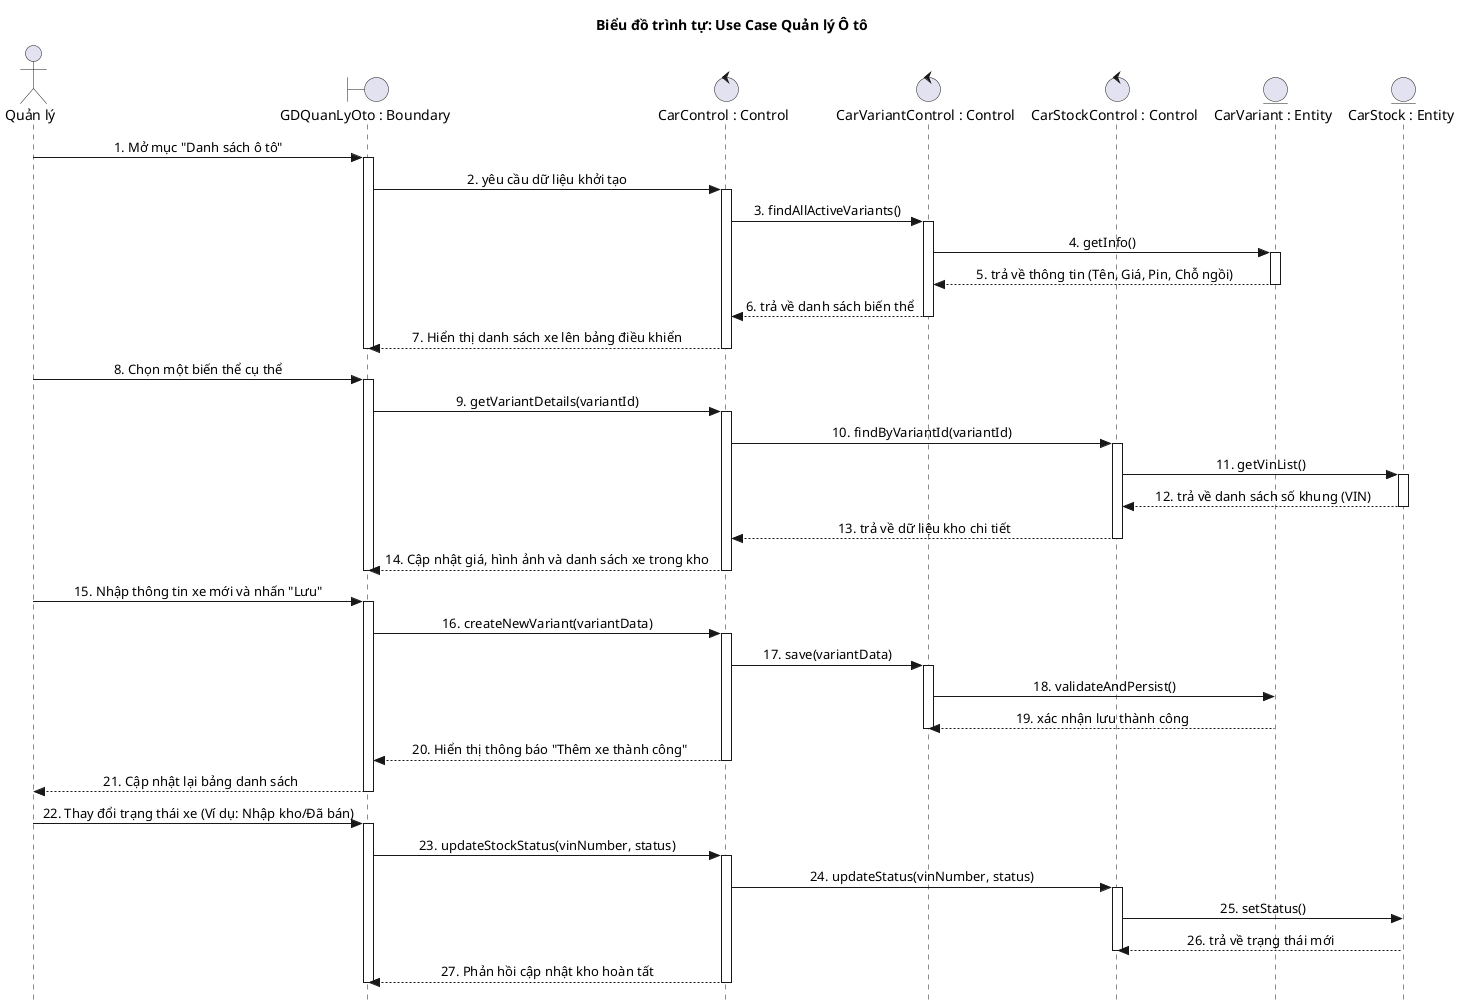
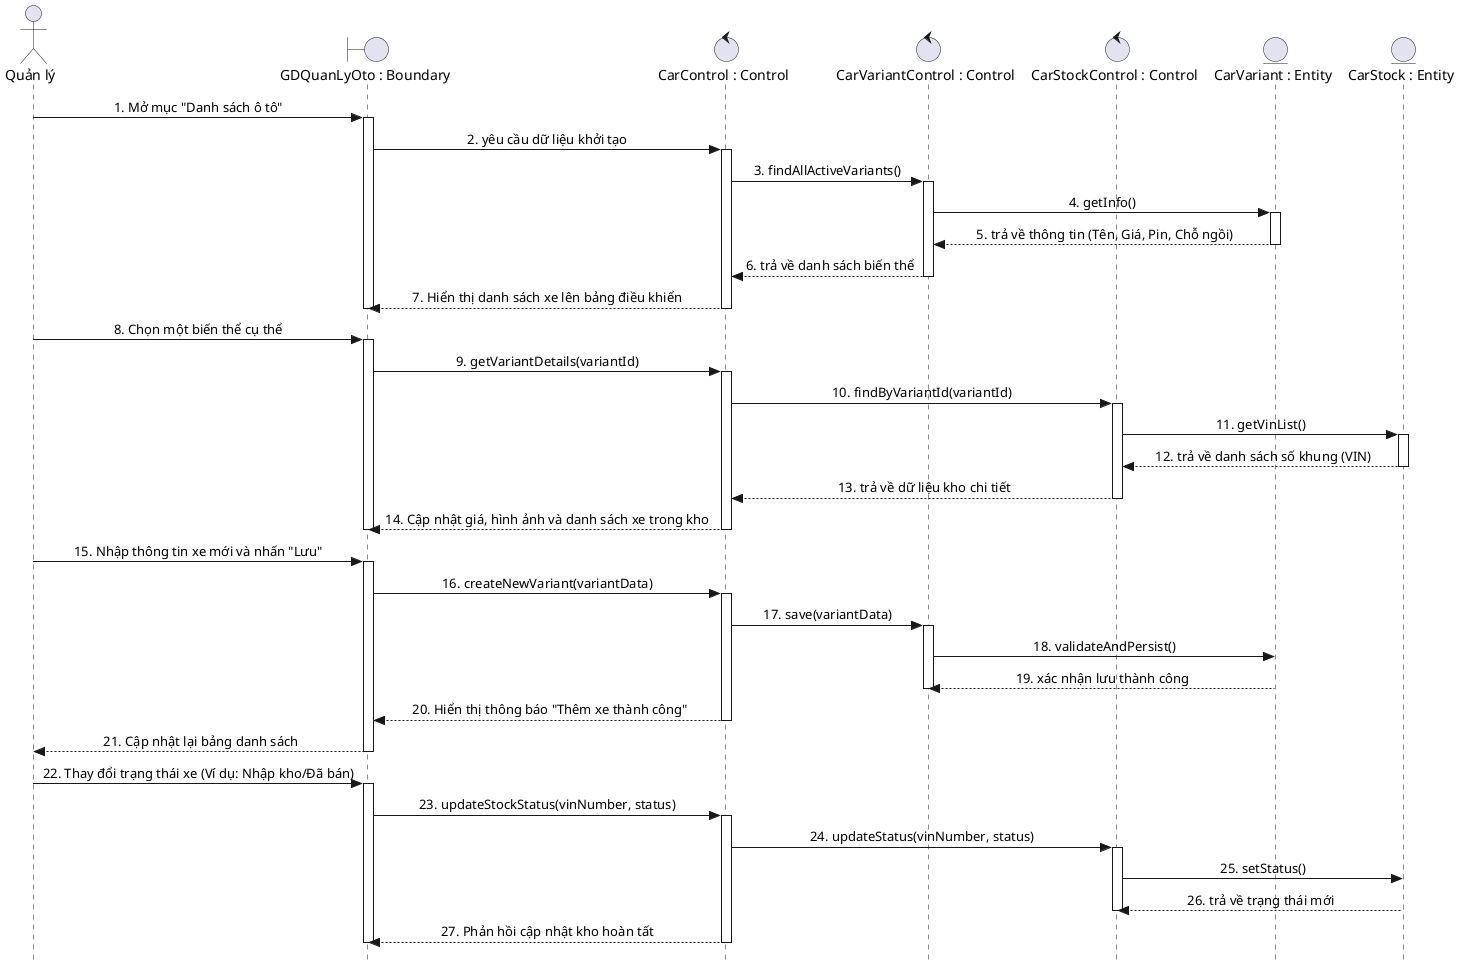
@startuml
skinparam style strictuml
skinparam sequenceMessageAlign center

actor "Quản lý" as Admin
boundary "GDQuanLyOto : Boundary" as UI
control "CarControl : Control" as Controller
control "CarVariantControl : Control" as VariantRepo
control "CarStockControl : Control" as StockRepo
entity "CarVariant : Entity" as Variant
entity "CarStock : Entity" as Stock

- title Biểu đồ trình tự: Use Case Quản lý Ô tô



Admin -> UI: 1. Mở mục "Danh sách ô tô"
activate UI
    UI -> Controller: 2. yêu cầu dữ liệu khởi tạo
    activate Controller
        Controller -> VariantRepo: 3. findAllActiveVariants()
        activate VariantRepo
            VariantRepo -> Variant: 4. getInfo()
            activate Variant
            Variant --> VariantRepo: 5. trả về thông tin (Tên, Giá, Pin, Chỗ ngồi)
            deactivate Variant
        VariantRepo --> Controller: 6. trả về danh sách biến thể
        deactivate VariantRepo
        Controller --> UI: 7. Hiển thị danh sách xe lên bảng điều khiển
    deactivate Controller
deactivate UI

Admin -> UI: 8. Chọn một biến thể cụ thể
activate UI
    UI -> Controller: 9. getVariantDetails(variantId)
    activate Controller
        Controller -> StockRepo: 10. findByVariantId(variantId)
        activate StockRepo
            StockRepo -> Stock: 11. getVinList()
            activate Stock
            Stock --> StockRepo: 12. trả về danh sách số khung (VIN)
            deactivate Stock
        StockRepo --> Controller: 13. trả về dữ liệu kho chi tiết
        deactivate StockRepo
        Controller --> UI: 14. Cập nhật giá, hình ảnh và danh sách xe trong kho
    deactivate Controller
deactivate UI

Admin -> UI: 15. Nhập thông tin xe mới và nhấn "Lưu"
activate UI
    UI -> Controller: 16. createNewVariant(variantData)
    activate Controller
        Controller -> VariantRepo: 17. save(variantData)
        activate VariantRepo
            VariantRepo -> Variant: 18. validateAndPersist()
            Variant --> VariantRepo: 19. xác nhận lưu thành công
        deactivate VariantRepo
        Controller --> UI: 20. Hiển thị thông báo "Thêm xe thành công"
    deactivate Controller
    UI --> Admin: 21. Cập nhật lại bảng danh sách
deactivate UI

Admin -> UI: 22. Thay đổi trạng thái xe (Ví dụ: Nhập kho/Đã bán)
activate UI
    UI -> Controller: 23. updateStockStatus(vinNumber, status)
    activate Controller
        Controller -> StockRepo: 24. updateStatus(vinNumber, status)
        activate StockRepo
            StockRepo -> Stock: 25. setStatus()
            Stock --> StockRepo: 26. trả về trạng thái mới
        deactivate StockRepo
        Controller --> UI: 27. Phản hồi cập nhật kho hoàn tất
    deactivate Controller
deactivate UI

@enduml